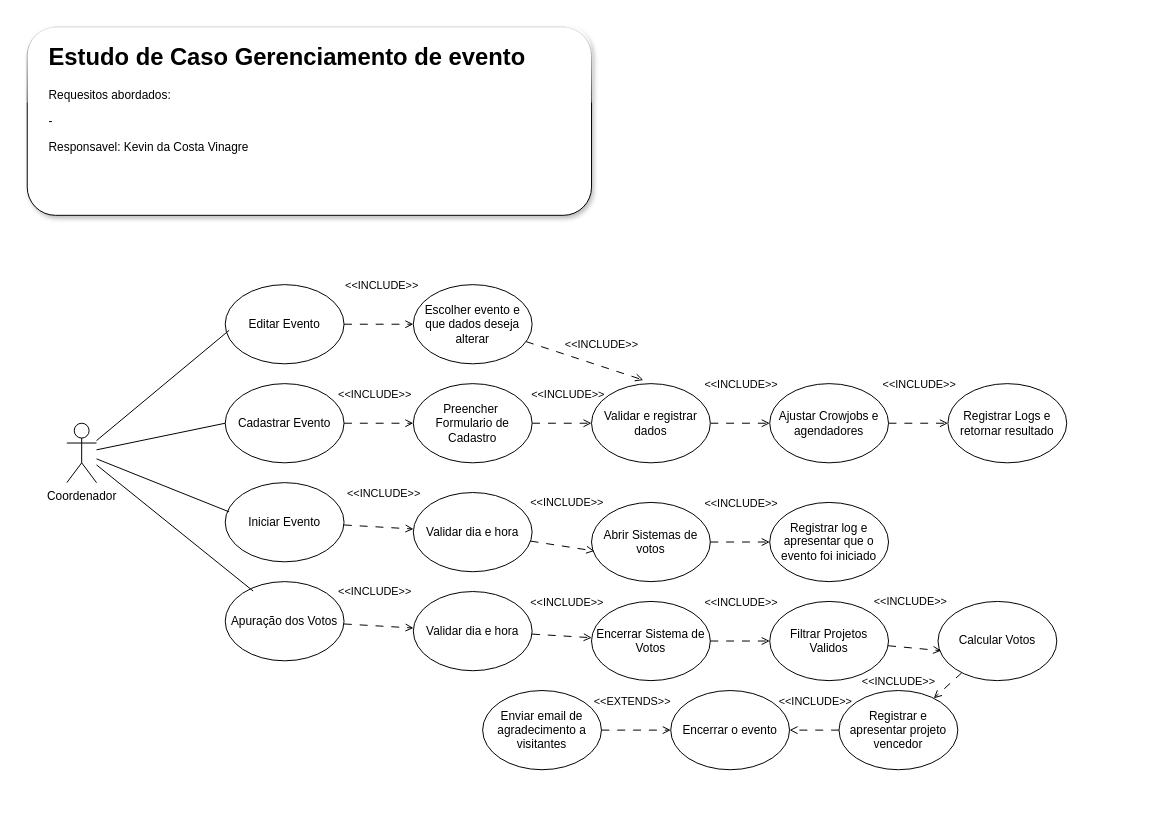
The draw.io diagram Diagrama/Casos-de-Uso/GerenciamentoEventos.dio in FairTechVote/Documentation, before the edit. Source tidied: cells renumbered, new cells numbered last; positions are measured from the earlier drawing's top-left corner, leaving out a move shared by most shapes. Both pictures are drawn from the tidied source at 99%, with x=0, y=0 at pixel (17, 17).
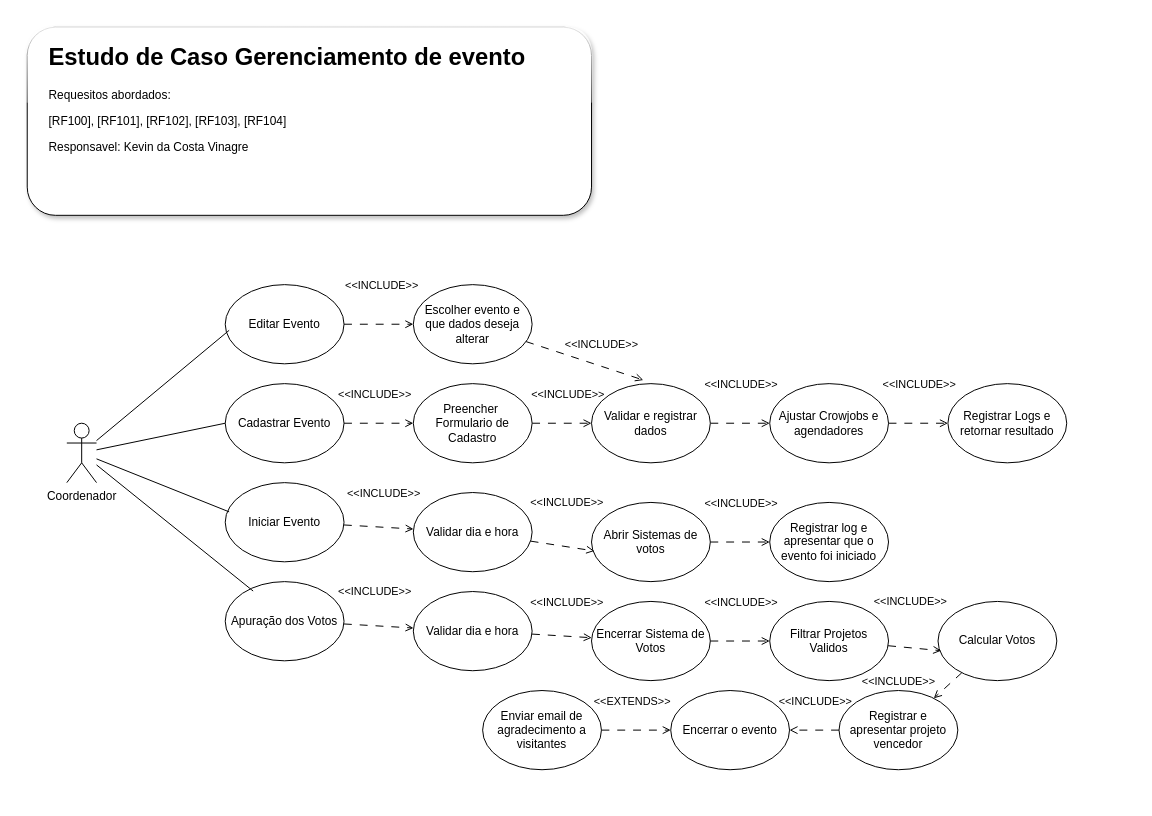
Above is the later version.

Commit message (it also covers changes not shown here):
estudo de caso gerenciamento de projetos e edição no gerenciamento de evento

Change to the diagram source:
```diff
@@
-    <mxCell id="4" value="&lt;h1 style=&quot;margin-top: 0px;&quot;&gt;Estudo de Caso Gerenciamento de evento&lt;/h1&gt;&lt;p&gt;Requesitos abordados:&lt;/p&gt;&lt;p&gt;-&lt;/p&gt;&lt;p&gt;Responsavel: Kevin da Costa Vinagre&lt;/p&gt;" style="text;html=1;whiteSpace=wrap;overflow=hidden;rounded=0;" parent="1" vertex="1">
+    <mxCell id="4" value="&lt;h1 style=&quot;margin-top: 0px;&quot;&gt;Estudo de Caso Gerenciamento de evento&lt;/h1&gt;&lt;p&gt;Requesitos abordados:&lt;/p&gt;&lt;p&gt;[RF100], [RF101], [RF102], [RF103], [RF104]&lt;/p&gt;&lt;p&gt;Responsavel: Kevin da Costa Vinagre&lt;/p&gt;" style="text;html=1;whiteSpace=wrap;overflow=hidden;rounded=0;" parent="1" vertex="1">
       <mxGeometry x="30" y="20" width="530" height="170" as="geometry" />
     </mxCell>
```
